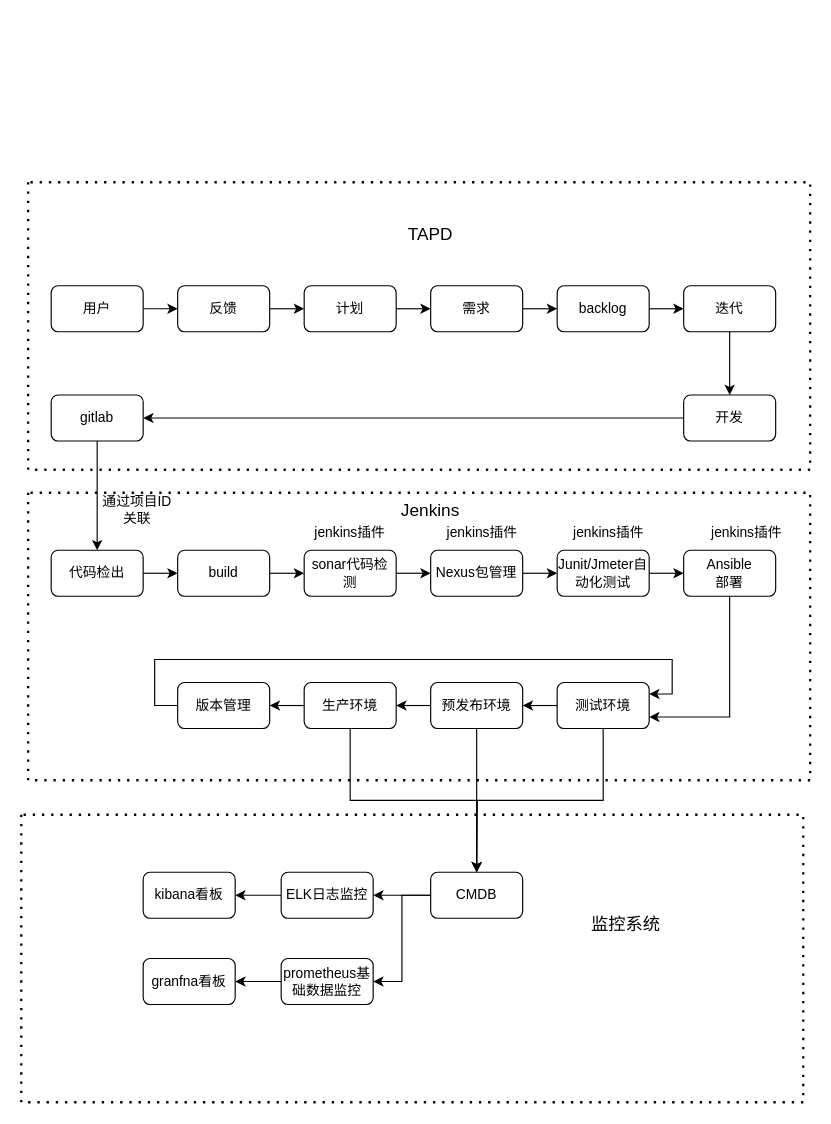
Earlier version of the draw.io diagram taodjenkins_lluoji.drawio (Henryblankwu/untitled7). Source tidied: cells renumbered, new cells numbered last; positions are measured from the earlier drawing's top-left corner, leaving out a move shared by most shapes. Both pictures are drawn from the tidied source at 115%, with x=0, y=0 at pixel (21, 182).
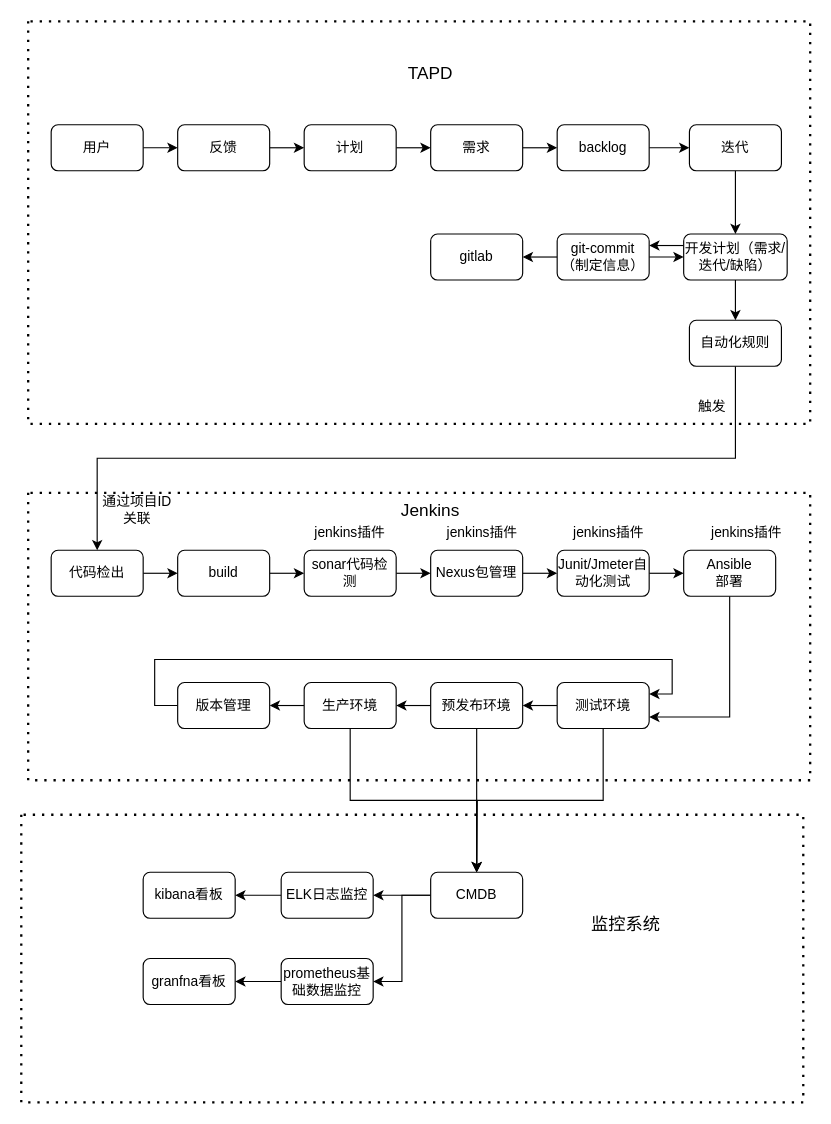
The same diagram, later.

Unchanged cells that the change refers to:
```xml
<mxCell id="21" value="代码检出" style="rounded=1;whiteSpace=wrap;html=1;" parent="1" vertex="1">
  <mxGeometry x="26" y="320" width="80" height="40" as="geometry" />
</mxCell>
```

Diff of the diagram source:
```diff
@@
     <mxCell id="3" value="用户" style="rounded=1;whiteSpace=wrap;html=1;" parent="1" vertex="1">
-      <mxGeometry x="26" y="90" width="80" height="40" as="geometry" />
+      <mxGeometry x="26" y="-50" width="80" height="40" as="geometry" />
     </mxCell>
@@
     <mxCell id="5" value="反馈" style="rounded=1;whiteSpace=wrap;html=1;" parent="1" vertex="1">
-      <mxGeometry x="136" y="90" width="80" height="40" as="geometry" />
+      <mxGeometry x="136" y="-50" width="80" height="40" as="geometry" />
     </mxCell>
@@
     <mxCell id="7" value="计划" style="rounded=1;whiteSpace=wrap;html=1;" parent="1" vertex="1">
-      <mxGeometry x="246" y="90" width="80" height="40" as="geometry" />
+      <mxGeometry x="246" y="-50" width="80" height="40" as="geometry" />
     </mxCell>
@@
     <mxCell id="9" value="需求" style="rounded=1;whiteSpace=wrap;html=1;" parent="1" vertex="1">
-      <mxGeometry x="356" y="90" width="80" height="40" as="geometry" />
+      <mxGeometry x="356" y="-50" width="80" height="40" as="geometry" />
     </mxCell>
@@
     <mxCell id="11" value="backlog" style="rounded=1;whiteSpace=wrap;html=1;" parent="1" vertex="1">
-      <mxGeometry x="466" y="90" width="80" height="40" as="geometry" />
+      <mxGeometry x="466" y="-50" width="80" height="40" as="geometry" />
     </mxCell>
@@
     <mxCell id="13" value="迭代" style="rounded=1;whiteSpace=wrap;html=1;" parent="1" vertex="1">
-      <mxGeometry x="576" y="90" width="80" height="40" as="geometry" />
+      <mxGeometry x="581" y="-50" width="80" height="40" as="geometry" />
     </mxCell>
-    <mxCell id="14" style="edgeStyle=orthogonalEdgeStyle;rounded=0;jettySize=auto;html=1;exitX=0;exitY=0.5;exitDx=0;exitDy=0;entryX=1;entryY=0.5;entryDx=0;entryDy=0;" parent="1" edge="1" source="15" target="17">
-      <mxGeometry relative="1" as="geometry" />
-    </mxCell>
+    <mxCell id="61" style="edgeStyle=orthogonalEdgeStyle;rounded=0;jettySize=auto;html=1;exitX=0;exitY=0.25;exitDx=0;exitDy=0;entryX=1;entryY=0.25;entryDx=0;entryDy=0;" parent="1" edge="1" source="15" target="65">
+      <mxGeometry relative="1" as="geometry" />
+    </mxCell>
+    <mxCell id="62" style="edgeStyle=orthogonalEdgeStyle;rounded=0;jettySize=auto;html=1;exitX=0.5;exitY=1;exitDx=0;exitDy=0;entryX=0.5;entryY=0;entryDx=0;entryDy=0;" parent="1" edge="1" source="15" target="67">
+      <mxGeometry relative="1" as="geometry" />
+    </mxCell>
-    <mxCell id="15" value="开发" style="rounded=1;whiteSpace=wrap;html=1;" parent="1" vertex="1">
-      <mxGeometry x="576" y="185" width="80" height="40" as="geometry" />
+    <mxCell id="15" value="开发计划（需求/迭代/缺陷）" style="rounded=1;whiteSpace=wrap;html=1;align=center;" parent="1" vertex="1">
+      <mxGeometry x="576" y="45" width="90" height="40" as="geometry" />
     </mxCell>
-    <mxCell id="16" style="edgeStyle=orthogonalEdgeStyle;rounded=0;jettySize=auto;html=1;exitX=0.5;exitY=1;exitDx=0;exitDy=0;entryX=0.5;entryY=0;entryDx=0;entryDy=0;" parent="1" edge="1" source="17" target="21">
-      <mxGeometry relative="1" as="geometry" />
-    </mxCell>
     <mxCell id="17" value="gitlab" style="rounded=1;whiteSpace=wrap;html=1;" parent="1" vertex="1">
-      <mxGeometry x="26" y="185" width="80" height="40" as="geometry" />
+      <mxGeometry x="356" y="45" width="80" height="40" as="geometry" />
     </mxCell>
     <mxCell id="18" style="endArrow=none;dashed=1;html=1;dashPattern=1 3;strokeWidth=2;rounded=0;" parent="1" edge="1">
       <mxGeometry relative="1" as="geometry">
-        <mxPoint x="6" as="sourcePoint" />
-        <mxPoint x="6" as="targetPoint" />
+        <mxPoint x="6" y="-140" as="sourcePoint" />
+        <mxPoint x="6" y="-140" as="targetPoint" />
         <Array as="points">
-          <mxPoint x="6" y="250" />
-          <mxPoint x="686" y="250" />
-          <mxPoint x="686" />
+          <mxPoint x="6" y="210" />
+          <mxPoint x="686" y="210" />
+          <mxPoint x="686" y="-140" />
         </Array>
       </mxGeometry>
     </mxCell>
     <mxCell id="19" value="&lt;font style=&quot;font-size: 15px&quot;&gt;TAPD&lt;/font&gt;" style="text;html=1;strokeColor=none;fillColor=none;align=center;verticalAlign=middle;whiteSpace=wrap;rounded=0;" parent="1" vertex="1">
-      <mxGeometry x="326" y="30" width="60" height="30" as="geometry" />
+      <mxGeometry x="326" y="-110" width="60" height="30" as="geometry" />
     </mxCell>
@@
+    <mxCell id="63" style="edgeStyle=orthogonalEdgeStyle;rounded=0;jettySize=auto;html=1;exitX=1;exitY=0.5;exitDx=0;exitDy=0;" parent="1" edge="1" source="65" target="15">
+      <mxGeometry relative="1" as="geometry" />
+    </mxCell>
+    <mxCell id="64" style="edgeStyle=orthogonalEdgeStyle;rounded=0;jettySize=auto;html=1;exitX=0;exitY=0.5;exitDx=0;exitDy=0;entryX=1;entryY=0.5;entryDx=0;entryDy=0;" parent="1" edge="1" source="65" target="17">
+      <mxGeometry relative="1" as="geometry" />
+    </mxCell>
+    <mxCell id="65" value="git-commit（制定信息）" style="rounded=1;whiteSpace=wrap;html=1;" parent="1" vertex="1">
+      <mxGeometry x="466" y="45" width="80" height="40" as="geometry" />
+    </mxCell>
+    <mxCell id="66" style="edgeStyle=orthogonalEdgeStyle;rounded=0;jettySize=auto;html=1;exitX=0.5;exitY=1;exitDx=0;exitDy=0;entryX=0.5;entryY=0;entryDx=0;entryDy=0;" parent="1" edge="1" source="67" target="21">
+      <mxGeometry relative="1" as="geometry" />
+    </mxCell>
+    <mxCell id="67" value="自动化规则" style="rounded=1;whiteSpace=wrap;html=1;" parent="1" vertex="1">
+      <mxGeometry x="581" y="120" width="80" height="40" as="geometry" />
+    </mxCell>
+    <mxCell id="68" value="触发" style="text;html=1;strokeColor=none;fillColor=none;align=center;verticalAlign=middle;whiteSpace=wrap;rounded=0;" parent="1" vertex="1">
+      <mxGeometry x="566" y="180" width="70" height="30" as="geometry" />
+    </mxCell>
```
